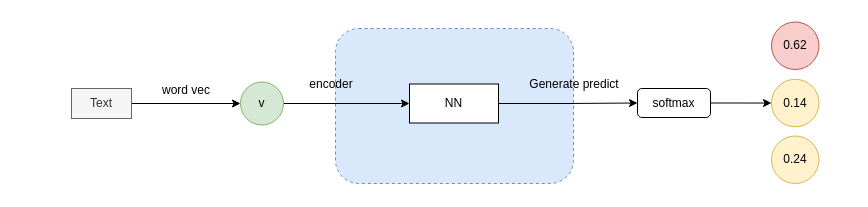
Above: report.drawio in ZYNsama666/CASIA (draw.io), before the change. Source tidied: cells renumbered, new cells numbered last; positions are measured from the earlier drawing's top-left corner, leaving out a move shared by most shapes. Both pictures are drawn from the tidied source at 100%, with x=0, y=0 at pixel (71, 21).
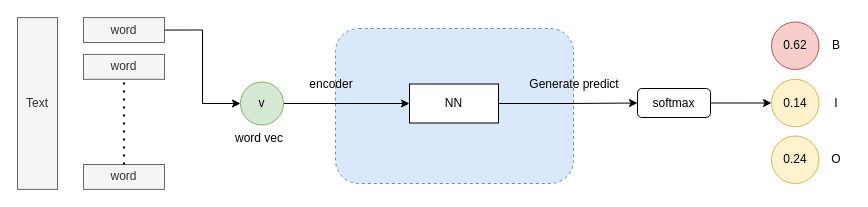
After the change.

The change refers to these unchanged cells:
```xml
<mxCell id="4" value="v" style="ellipse;whiteSpace=wrap;html=1;fillColor=#d5e8d4;strokeColor=#82b366;" parent="1" vertex="1">
  <mxGeometry x="169" y="60.5" width="43" height="43" as="geometry" />
</mxCell>
```

Change to the diagram source:
```diff
@@
-    <mxCell id="7" style="edgeStyle=orthogonalEdgeStyle;rounded=0;jettySize=auto;html=1;entryX=0;entryY=0.5;entryDx=0;entryDy=0;" parent="1" edge="1" source="8" target="4">
+    <mxCell id="7" style="edgeStyle=orthogonalEdgeStyle;rounded=0;jettySize=auto;html=1;entryX=0;entryY=0.5;entryDx=0;entryDy=0;exitX=1;exitY=0.5;exitDx=0;exitDy=0;" parent="1" edge="1" source="20" target="4">
       <mxGeometry relative="1" as="geometry" />
     </mxCell>
     <mxCell id="8" value="Text" style="text;html=1;strokeColor=#666666;fillColor=#f5f5f5;align=center;verticalAlign=middle;whiteSpace=wrap;rounded=0;fontColor=#333333;" parent="1" vertex="1">
-      <mxGeometry y="67" width="60" height="30" as="geometry" />
+      <mxGeometry x="-54" y="-3.9" width="40" height="171.8" as="geometry" />
     </mxCell>
     <mxCell id="9" value="word vec" style="text;html=1;strokeColor=none;fillColor=none;align=center;verticalAlign=middle;whiteSpace=wrap;rounded=0;" parent="1" vertex="1">
-      <mxGeometry x="67" y="54" width="96" height="30" as="geometry" />
+      <mxGeometry x="140" y="101.5" width="96" height="30" as="geometry" />
     </mxCell>
@@
+    <mxCell id="17" value="B" style="text;html=1;strokeColor=none;fillColor=none;align=center;verticalAlign=middle;whiteSpace=wrap;rounded=0;" parent="1" vertex="1">
+      <mxGeometry x="751" y="13.6" width="28" height="21.2" as="geometry" />
+    </mxCell>
+    <mxCell id="18" value="I" style="text;html=1;strokeColor=none;fillColor=none;align=center;verticalAlign=middle;whiteSpace=wrap;rounded=0;" parent="1" vertex="1">
+      <mxGeometry x="751" y="70.9" width="28" height="21.2" as="geometry" />
+    </mxCell>
+    <mxCell id="19" value="O" style="text;html=1;strokeColor=none;fillColor=none;align=center;verticalAlign=middle;whiteSpace=wrap;rounded=0;" parent="1" vertex="1">
+      <mxGeometry x="751" y="127.6" width="28" height="21.2" as="geometry" />
+    </mxCell>
+    <mxCell id="20" value="word" style="text;html=1;strokeColor=#666666;fillColor=#f5f5f5;align=center;verticalAlign=middle;whiteSpace=wrap;rounded=0;fontColor=#333333;" parent="1" vertex="1">
+      <mxGeometry x="12" y="-3.9" width="81" height="24.9" as="geometry" />
+    </mxCell>
+    <mxCell id="21" value="word" style="text;html=1;strokeColor=#666666;fillColor=#f5f5f5;align=center;verticalAlign=middle;whiteSpace=wrap;rounded=0;fontColor=#333333;" parent="1" vertex="1">
+      <mxGeometry x="12" y="32.9" width="81" height="24.9" as="geometry" />
+    </mxCell>
+    <mxCell id="22" value="word" style="text;html=1;strokeColor=#666666;fillColor=#f5f5f5;align=center;verticalAlign=middle;whiteSpace=wrap;rounded=0;fontColor=#333333;" parent="1" vertex="1">
+      <mxGeometry x="12" y="143" width="81" height="24.9" as="geometry" />
+    </mxCell>
+    <mxCell id="23" style="endArrow=none;dashed=1;html=1;dashPattern=1 3;strokeWidth=2;rounded=0;entryX=0.5;entryY=1;entryDx=0;entryDy=0;exitX=0.5;exitY=0;exitDx=0;exitDy=0;" parent="1" edge="1" source="22" target="21">
+      <mxGeometry relative="1" as="geometry" />
+    </mxCell>
```
